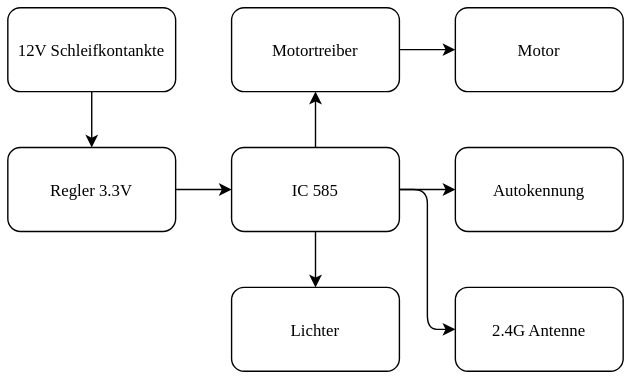
Earlier version of the draw.io export Bilder/Blockschaltbild-HW-Auto.svg (06Moritz/DiplomProjekt). Source tidied: cells renumbered, new cells last; positions are measured from the earlier drawing's top-left corner, leaving out a move shared by most shapes.
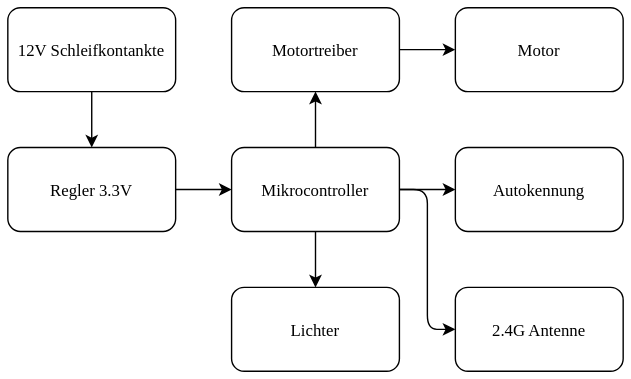
The same diagram one commit later.

Diff of the diagram source:
```diff
@@ -14,7 +14,7 @@
     <mxCell id="5" style="edgeStyle=orthogonalEdgeStyle;rounded=1;jettySize=auto;exitX=1;exitY=0.5;exitDx=0;exitDy=0;entryX=0;entryY=0.5;entryDx=0;entryDy=0;fontFamily=Tahoma;" parent="1" edge="1" source="6" target="16">
       <mxGeometry relative="1" as="geometry" />
     </mxCell>
-    <mxCell id="6" value="IC 585" style="rounded=1;strokeWidth=1;fontFamily=Tahoma;" parent="1" vertex="1">
+    <mxCell id="6" value="Mikrocontroller" style="rounded=1;strokeWidth=1;fontFamily=Tahoma;" parent="1" vertex="1">
       <mxGeometry x="160" y="100" width="120" height="60" as="geometry" />
     </mxCell>
     <mxCell id="7" value="Autokennung" style="rounded=1;fontFamily=Tahoma;" parent="1" vertex="1">
```
